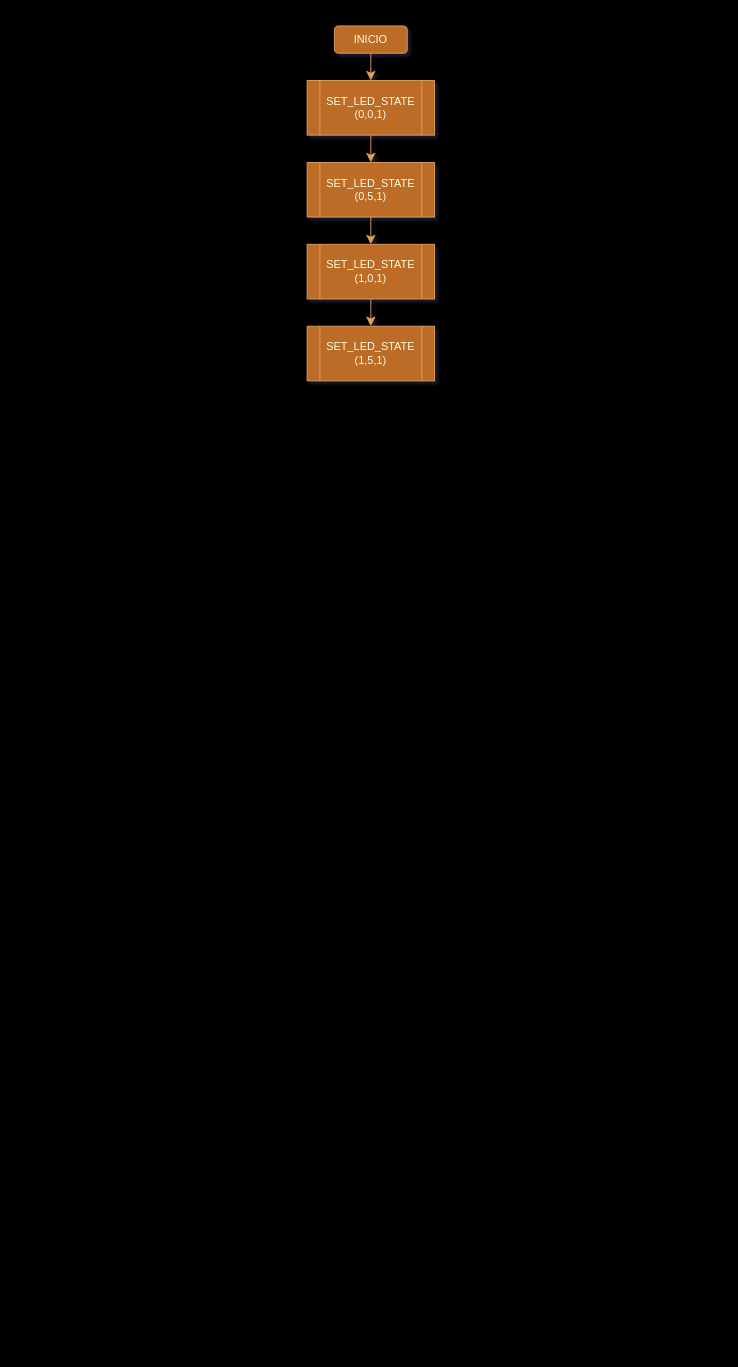
The draw.io diagram Diagrama sin título.drawio in LucasRiffo/Flowcodes, before the edit. Source tidied: cells renumbered, new cells numbered last; positions are measured from the earlier drawing's top-left corner, leaving out a move shared by most shapes. Both pictures are drawn from the tidied source at 91%, with x=0, y=0 at pixel (307, 25).
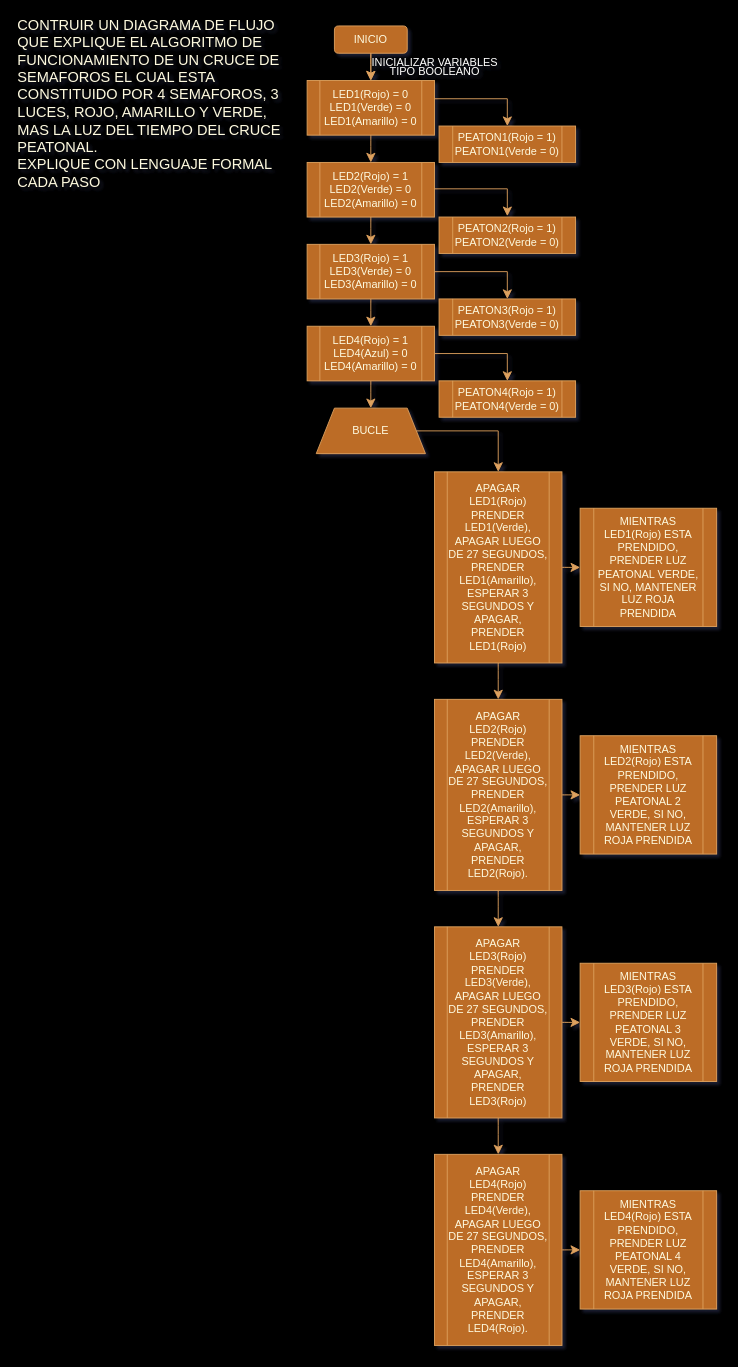
The same diagram, later.

Unchanged cells that the change refers to:
```xml
<mxCell id="5" value="INICIO" style="rounded=1;whiteSpace=wrap;html=1;labelBackgroundColor=none;fillColor=#BC6C25;strokeColor=#DDA15E;fontColor=#FEFAE0;" parent="1" vertex="1">
  <mxGeometry x="30" width="80" height="30" as="geometry" />
</mxCell>
```

Diff of the diagram source:
```diff
@@
-    <mxCell id="2" style="edgeStyle=none;curved=1;rounded=0;jettySize=auto;html=1;exitX=0.5;exitY=1;exitDx=0;exitDy=0;entryX=0.5;entryY=0;entryDx=0;entryDy=0;fontSize=12;startSize=8;endSize=8;labelBackgroundColor=none;strokeColor=#DDA15E;fontColor=default;" parent="1" edge="1" source="3" target="7">
-      <mxGeometry relative="1" as="geometry" />
+    <mxCell id="2" style="edgeStyle=none;curved=1;rounded=0;jettySize=auto;html=1;exitX=0.5;exitY=1;exitDx=0;exitDy=0;entryX=0.5;entryY=0;entryDx=0;entryDy=0;fontSize=12;startSize=8;endSize=8;labelBackgroundColor=none;strokeColor=#DDA15E;fontColor=default;" parent="1" edge="1" source="3">
+      <mxGeometry relative="1" as="geometry">
+        <mxPoint x="70" y="150" as="targetPoint" />
+      </mxGeometry>
     </mxCell>
-    <mxCell id="3" value="SET_LED_STATE&lt;div&gt;(0,0,1)&lt;/div&gt;" style="shape=process;whiteSpace=wrap;html=1;backgroundOutline=1;labelBackgroundColor=none;fillColor=#BC6C25;strokeColor=#DDA15E;fontColor=#FEFAE0;" parent="1" vertex="1">
+    <mxCell id="3" value="LED1(Rojo) = 0&lt;div&gt;LED1(Verde) = 0&lt;br&gt;&lt;/div&gt;&lt;div&gt;LED1(Amarillo) = 0&lt;br&gt;&lt;/div&gt;" style="shape=process;whiteSpace=wrap;html=1;backgroundOutline=1;labelBackgroundColor=none;fillColor=#BC6C25;strokeColor=#DDA15E;fontColor=#FEFAE0;" parent="1" vertex="1">
       <mxGeometry y="60" width="140" height="60" as="geometry" />
     </mxCell>
-    <mxCell id="4" style="edgeStyle=none;curved=1;rounded=0;jettySize=auto;html=1;fontSize=12;startSize=8;endSize=8;labelBackgroundColor=none;strokeColor=#DDA15E;fontColor=default;" parent="1" edge="1" source="5" target="3">
-      <mxGeometry relative="1" as="geometry" />
+    <mxCell id="4" value="&lt;font color=&quot;#ffffff&quot;&gt;INICIALIZAR VARIABLES&lt;/font&gt;" style="edgeStyle=none;curved=1;rounded=0;jettySize=auto;html=1;fontSize=12;startSize=8;endSize=8;labelBackgroundColor=none;strokeColor=#DDA15E;fontColor=default;" parent="1" edge="1" source="5" target="3">
+      <mxGeometry x="-0.33" y="70" relative="1" as="geometry" />
     </mxCell>
@@
-    <mxCell id="6" style="edgeStyle=none;curved=1;rounded=0;jettySize=auto;html=1;exitX=0.5;exitY=1;exitDx=0;exitDy=0;entryX=0.5;entryY=0;entryDx=0;entryDy=0;strokeColor=#DDA15E;fontSize=12;fontColor=#FEFAE0;startSize=8;endSize=8;fillColor=#BC6C25;" parent="1" edge="1" source="7" target="9">
-      <mxGeometry relative="1" as="geometry" />
+    <mxCell id="6" style="edgeStyle=none;curved=1;rounded=0;orthogonalLoop=1;jettySize=auto;html=1;exitX=0.5;exitY=1;exitDx=0;exitDy=0;entryX=0.5;entryY=0;entryDx=0;entryDy=0;strokeColor=#DDA15E;fontSize=12;fontColor=#FEFAE0;startSize=8;endSize=8;fillColor=#BC6C25;" parent="1" edge="1">
+      <mxGeometry relative="1" as="geometry">
+        <mxPoint x="70" y="210" as="sourcePoint" />
+        <mxPoint x="70" y="240" as="targetPoint" />
+      </mxGeometry>
     </mxCell>
-    <mxCell id="7" value="SET_LED_STATE&lt;div&gt;(0,5,1)&lt;/div&gt;" style="shape=process;whiteSpace=wrap;html=1;backgroundOutline=1;labelBackgroundColor=none;fillColor=#BC6C25;strokeColor=#DDA15E;fontColor=#FEFAE0;" parent="1" vertex="1">
-      <mxGeometry y="150" width="140" height="60" as="geometry" />
-    </mxCell>
-    <mxCell id="8" style="edgeStyle=none;curved=1;rounded=0;jettySize=auto;html=1;exitX=0.5;exitY=1;exitDx=0;exitDy=0;entryX=0.5;entryY=0;entryDx=0;entryDy=0;strokeColor=#DDA15E;fontSize=12;fontColor=#FEFAE0;startSize=8;endSize=8;fillColor=#BC6C25;" parent="1" edge="1" source="9" target="10">
-      <mxGeometry relative="1" as="geometry" />
+    <mxCell id="8" style="edgeStyle=none;curved=1;rounded=0;orthogonalLoop=1;jettySize=auto;html=1;exitX=0.5;exitY=1;exitDx=0;exitDy=0;entryX=0.5;entryY=0;entryDx=0;entryDy=0;strokeColor=#DDA15E;fontSize=12;fontColor=#FEFAE0;startSize=8;endSize=8;fillColor=#BC6C25;" parent="1" edge="1">
+      <mxGeometry relative="1" as="geometry">
+        <mxPoint x="70" y="300" as="sourcePoint" />
+        <mxPoint x="70" y="330" as="targetPoint" />
+      </mxGeometry>
     </mxCell>
-    <mxCell id="9" value="SET_LED_STATE&lt;div&gt;(1,0,1)&lt;/div&gt;" style="shape=process;whiteSpace=wrap;html=1;backgroundOutline=1;labelBackgroundColor=none;fillColor=#BC6C25;strokeColor=#DDA15E;fontColor=#FEFAE0;" parent="1" vertex="1">
-      <mxGeometry y="240" width="140" height="60" as="geometry" />
-    </mxCell>
-    <mxCell id="10" value="SET_LED_STATE&lt;div&gt;(1,5,1)&lt;/div&gt;" style="shape=process;whiteSpace=wrap;html=1;backgroundOutline=1;labelBackgroundColor=none;fillColor=#BC6C25;strokeColor=#DDA15E;fontColor=#FEFAE0;" parent="1" vertex="1">
-      <mxGeometry y="330" width="140" height="60" as="geometry" />
-    </mxCell>
+    <mxCell id="11" style="edgeStyle=none;curved=1;rounded=0;jettySize=auto;html=1;exitX=0.5;exitY=1;exitDx=0;exitDy=0;entryX=0.5;entryY=0;entryDx=0;entryDy=0;strokeColor=#DDA15E;fontSize=12;fontColor=#FEFAE0;startSize=8;endSize=8;fillColor=#BC6C25;" parent="1" edge="1" target="14">
+      <mxGeometry relative="1" as="geometry">
+        <mxPoint x="70" y="390" as="sourcePoint" />
+      </mxGeometry>
+    </mxCell>
+    <mxCell id="12" style="edgeStyle=none;curved=0;rounded=0;jettySize=auto;html=1;exitX=1;exitY=0.5;exitDx=0;exitDy=0;strokeColor=none;fontSize=12;fontColor=#FEFAE0;startSize=8;endSize=8;fillColor=#BC6C25;" parent="1" edge="1" source="14">
+      <mxGeometry relative="1" as="geometry">
+        <mxPoint x="190" y="410" as="targetPoint" />
+      </mxGeometry>
+    </mxCell>
+    <mxCell id="13" style="edgeStyle=none;curved=0;rounded=0;jettySize=auto;html=1;exitX=1;exitY=0.5;exitDx=0;exitDy=0;strokeColor=#DDA15E;fontSize=12;fontColor=#FEFAE0;startSize=8;endSize=8;fillColor=#BC6C25;" parent="1" edge="1" source="14">
+      <mxGeometry relative="1" as="geometry">
+        <mxPoint x="210" y="490" as="targetPoint" />
+        <Array as="points">
+          <mxPoint x="210" y="445" />
+        </Array>
+      </mxGeometry>
+    </mxCell>
+    <mxCell id="14" value="BUCLE" style="shape=trapezoid;perimeter=trapezoidPerimeter;whiteSpace=wrap;html=1;fixedSize=1;strokeColor=#DDA15E;fontColor=#FEFAE0;fillColor=#BC6C25;" parent="1" vertex="1">
+      <mxGeometry x="10" y="420" width="120" height="50" as="geometry" />
+    </mxCell>
+    <mxCell id="15" value="CONTRUIR UN DIAGRAMA DE FLUJO QUE EXPLIQUE EL ALGORITMO DE FUNCIONAMIENTO DE UN CRUCE DE SEMAFOROS EL CUAL ESTA CONSTITUIDO POR 4 SEMAFOROS, 3 LUCES, ROJO, AMARILLO Y VERDE, MAS LA LUZ DEL TIEMPO DEL CRUCE PEATONAL.&lt;div&gt;EXPLIQUE CON LENGUAJE FORMAL CADA PASO&lt;/div&gt;" style="text;html=1;align=left;verticalAlign=middle;whiteSpace=wrap;rounded=0;fontSize=16;fontColor=#FEFAE0;" parent="1" vertex="1">
+      <mxGeometry x="-320" y="-10" width="300" height="190" as="geometry" />
+    </mxCell>
+    <mxCell id="16" value="LED2(Rojo) = 1&lt;div&gt;LED2(Verde) = 0&lt;br&gt;&lt;/div&gt;&lt;div&gt;LED2(Amarillo) = 0&lt;br&gt;&lt;/div&gt;" style="shape=process;whiteSpace=wrap;html=1;backgroundOutline=1;labelBackgroundColor=none;fillColor=#BC6C25;strokeColor=#DDA15E;fontColor=#FEFAE0;" parent="1" vertex="1">
+      <mxGeometry y="150" width="140" height="60" as="geometry" />
+    </mxCell>
+    <mxCell id="17" style="edgeStyle=none;curved=0;rounded=0;jettySize=auto;html=1;exitX=1;exitY=0.5;exitDx=0;exitDy=0;strokeColor=#DDA15E;fontSize=12;fontColor=#FEFAE0;startSize=8;endSize=8;fillColor=#BC6C25;entryX=0.5;entryY=0;entryDx=0;entryDy=0;" parent="1" edge="1" source="18" target="34">
+      <mxGeometry relative="1" as="geometry">
+        <Array as="points">
+          <mxPoint x="220" y="270" />
+        </Array>
+      </mxGeometry>
+    </mxCell>
+    <mxCell id="18" value="LED3(Rojo) = 1&lt;div&gt;LED3(Verde) = 0&lt;br&gt;&lt;/div&gt;&lt;div&gt;LED3(Amarillo) = 0&lt;/div&gt;" style="shape=process;whiteSpace=wrap;html=1;backgroundOutline=1;labelBackgroundColor=none;fillColor=#BC6C25;strokeColor=#DDA15E;fontColor=#FEFAE0;" parent="1" vertex="1">
+      <mxGeometry y="240" width="140" height="60" as="geometry" />
+    </mxCell>
+    <mxCell id="19" value="LED4(Rojo) = 1&lt;div&gt;LED4(Azul) = 0&lt;br&gt;&lt;/div&gt;&lt;div&gt;LED4(Amarillo) = 0&lt;br&gt;&lt;/div&gt;" style="shape=process;whiteSpace=wrap;html=1;backgroundOutline=1;labelBackgroundColor=none;fillColor=#BC6C25;strokeColor=#DDA15E;fontColor=#FEFAE0;" parent="1" vertex="1">
+      <mxGeometry y="330" width="140" height="60" as="geometry" />
+    </mxCell>
+    <mxCell id="20" style="edgeStyle=none;curved=1;rounded=0;jettySize=auto;html=1;exitX=0.5;exitY=1;exitDx=0;exitDy=0;entryX=0.5;entryY=0;entryDx=0;entryDy=0;strokeColor=#DDA15E;fontSize=12;fontColor=#FEFAE0;startSize=8;endSize=8;fillColor=#BC6C25;" parent="1" edge="1" source="22" target="26">
+      <mxGeometry relative="1" as="geometry" />
+    </mxCell>
+    <mxCell id="21" style="edgeStyle=none;curved=1;rounded=0;jettySize=auto;html=1;exitX=1;exitY=0.5;exitDx=0;exitDy=0;entryX=0;entryY=0.5;entryDx=0;entryDy=0;strokeColor=#DDA15E;fontSize=12;fontColor=#FEFAE0;startSize=8;endSize=8;fillColor=#BC6C25;" parent="1" edge="1" source="22" target="36">
+      <mxGeometry relative="1" as="geometry" />
+    </mxCell>
+    <mxCell id="22" value="&lt;div&gt;APAGAR LED1(Rojo)&lt;/div&gt;PRENDER LED1(Verde), APAGAR LUEGO DE 27 SEGUNDOS, PRENDER LED1(Amarillo), ESPERAR 3 SEGUNDOS Y APAGAR, PRENDER LED1(Rojo)" style="shape=process;whiteSpace=wrap;html=1;backgroundOutline=1;labelBackgroundColor=none;fillColor=#BC6C25;strokeColor=#DDA15E;fontColor=#FEFAE0;align=center;" parent="1" vertex="1">
+      <mxGeometry x="140" y="490" width="140" height="210" as="geometry" />
+    </mxCell>
+    <mxCell id="23" value="&lt;font color=&quot;#ffffff&quot;&gt;TIPO BOOLEANO&lt;/font&gt;" style="edgeStyle=none;curved=1;rounded=0;jettySize=auto;html=1;fontSize=12;startSize=8;endSize=8;labelBackgroundColor=none;strokeColor=#DDA15E;fontColor=default;exitX=0.5;exitY=1;exitDx=0;exitDy=0;" parent="1" edge="1" source="5">
+      <mxGeometry x="0.33" y="70" relative="1" as="geometry">
+        <mxPoint x="70" y="60" as="targetPoint" />
+      </mxGeometry>
+    </mxCell>
+    <mxCell id="24" style="edgeStyle=none;curved=1;rounded=0;jettySize=auto;html=1;exitX=0.5;exitY=1;exitDx=0;exitDy=0;entryX=0.5;entryY=0;entryDx=0;entryDy=0;strokeColor=#DDA15E;fontSize=12;fontColor=#FEFAE0;startSize=8;endSize=8;fillColor=#BC6C25;" parent="1" edge="1" source="26" target="29">
+      <mxGeometry relative="1" as="geometry" />
+    </mxCell>
+    <mxCell id="25" style="edgeStyle=none;curved=1;rounded=0;jettySize=auto;html=1;exitX=1;exitY=0.5;exitDx=0;exitDy=0;entryX=0;entryY=0.5;entryDx=0;entryDy=0;strokeColor=#DDA15E;fontSize=12;fontColor=#FEFAE0;startSize=8;endSize=8;fillColor=#BC6C25;" parent="1" edge="1" source="26" target="37">
+      <mxGeometry relative="1" as="geometry" />
+    </mxCell>
+    <mxCell id="26" value="&lt;div&gt;APAGAR LED2(Rojo)&lt;br&gt;&lt;/div&gt;PRENDER LED2(Verde), APAGAR LUEGO DE 27 SEGUNDOS, PRENDER LED2(Amarillo), ESPERAR 3 SEGUNDOS Y APAGAR, PRENDER LED2(Rojo)." style="shape=process;whiteSpace=wrap;html=1;backgroundOutline=1;labelBackgroundColor=none;fillColor=#BC6C25;strokeColor=#DDA15E;fontColor=#FEFAE0;align=center;" parent="1" vertex="1">
+      <mxGeometry x="140" y="740" width="140" height="210" as="geometry" />
+    </mxCell>
+    <mxCell id="27" style="edgeStyle=none;curved=1;rounded=0;jettySize=auto;html=1;exitX=0.5;exitY=1;exitDx=0;exitDy=0;strokeColor=#DDA15E;fontSize=12;fontColor=#FEFAE0;startSize=8;endSize=8;fillColor=#BC6C25;" parent="1" edge="1" source="29" target="31">
+      <mxGeometry relative="1" as="geometry" />
+    </mxCell>
+    <mxCell id="28" style="edgeStyle=none;curved=1;rounded=0;jettySize=auto;html=1;exitX=1;exitY=0.5;exitDx=0;exitDy=0;entryX=0;entryY=0.5;entryDx=0;entryDy=0;strokeColor=#DDA15E;fontSize=12;fontColor=#FEFAE0;startSize=8;endSize=8;fillColor=#BC6C25;" parent="1" edge="1" source="29" target="38">
+      <mxGeometry relative="1" as="geometry" />
+    </mxCell>
+    <mxCell id="29" value="&lt;div&gt;APAGAR LED3(Rojo)&lt;br&gt;&lt;/div&gt;PRENDER LED3(Verde), APAGAR LUEGO DE 27 SEGUNDOS, PRENDER LED3(Amarillo), ESPERAR 3 SEGUNDOS Y APAGAR, PRENDER LED3(Rojo)" style="shape=process;whiteSpace=wrap;html=1;backgroundOutline=1;labelBackgroundColor=none;fillColor=#BC6C25;strokeColor=#DDA15E;fontColor=#FEFAE0;align=center;" parent="1" vertex="1">
+      <mxGeometry x="140" y="990" width="140" height="210" as="geometry" />
+    </mxCell>
+    <mxCell id="30" style="edgeStyle=none;curved=1;rounded=0;jettySize=auto;html=1;exitX=1;exitY=0.5;exitDx=0;exitDy=0;entryX=0;entryY=0.5;entryDx=0;entryDy=0;strokeColor=#DDA15E;fontSize=12;fontColor=#FEFAE0;startSize=8;endSize=8;fillColor=#BC6C25;" parent="1" edge="1" source="31" target="39">
+      <mxGeometry relative="1" as="geometry" />
+    </mxCell>
+    <mxCell id="31" value="&lt;div&gt;APAGAR LED4(Rojo)&lt;br&gt;&lt;/div&gt;PRENDER LED4(Verde), APAGAR LUEGO DE 27 SEGUNDOS, PRENDER LED4(Amarillo), ESPERAR 3 SEGUNDOS Y APAGAR, PRENDER LED4(Rojo)." style="shape=process;whiteSpace=wrap;html=1;backgroundOutline=1;labelBackgroundColor=none;fillColor=#BC6C25;strokeColor=#DDA15E;fontColor=#FEFAE0;align=center;" parent="1" vertex="1">
+      <mxGeometry x="140" y="1240" width="140" height="210" as="geometry" />
+    </mxCell>
+    <mxCell id="32" value="&lt;div&gt;PEATON1(Rojo = 1)&lt;/div&gt;&lt;div&gt;PEATON1(Verde = 0)&lt;br&gt;&lt;/div&gt;" style="shape=process;whiteSpace=wrap;html=1;backgroundOutline=1;labelBackgroundColor=none;fillColor=#BC6C25;strokeColor=#DDA15E;fontColor=#FEFAE0;" parent="1" vertex="1">
+      <mxGeometry x="145" y="110" width="150" height="40" as="geometry" />
+    </mxCell>
+    <mxCell id="33" value="&lt;div&gt;PEATON2(Rojo = 1)&lt;/div&gt;&lt;div&gt;PEATON2(Verde = 0)&lt;br&gt;&lt;/div&gt;" style="shape=process;whiteSpace=wrap;html=1;backgroundOutline=1;labelBackgroundColor=none;fillColor=#BC6C25;strokeColor=#DDA15E;fontColor=#FEFAE0;" parent="1" vertex="1">
+      <mxGeometry x="145" y="210" width="150" height="40" as="geometry" />
+    </mxCell>
+    <mxCell id="34" value="&lt;div&gt;PEATON3(Rojo = 1)&lt;/div&gt;&lt;div&gt;PEATON3(Verde = 0)&lt;br&gt;&lt;/div&gt;" style="shape=process;whiteSpace=wrap;html=1;backgroundOutline=1;labelBackgroundColor=none;fillColor=#BC6C25;strokeColor=#DDA15E;fontColor=#FEFAE0;" parent="1" vertex="1">
+      <mxGeometry x="145" y="300" width="150" height="40" as="geometry" />
+    </mxCell>
+    <mxCell id="35" value="&lt;div&gt;PEATON4(Rojo = 1)&lt;/div&gt;&lt;div&gt;PEATON4(Verde = 0)&lt;br&gt;&lt;/div&gt;" style="shape=process;whiteSpace=wrap;html=1;backgroundOutline=1;labelBackgroundColor=none;fillColor=#BC6C25;strokeColor=#DDA15E;fontColor=#FEFAE0;" parent="1" vertex="1">
+      <mxGeometry x="145" y="390" width="150" height="40" as="geometry" />
+    </mxCell>
+    <mxCell id="36" value="MIENTRAS LED1(Rojo) ESTA PRENDIDO, PRENDER LUZ PEATONAL VERDE, SI NO, MANTENER LUZ ROJA PRENDIDA" style="shape=process;whiteSpace=wrap;html=1;backgroundOutline=1;labelBackgroundColor=none;fillColor=#BC6C25;strokeColor=#DDA15E;fontColor=#FEFAE0;" parent="1" vertex="1">
+      <mxGeometry x="300" y="530" width="150" height="130" as="geometry" />
+    </mxCell>
+    <mxCell id="37" value="MIENTRAS LED2(Rojo) ESTA PRENDIDO, PRENDER LUZ PEATONAL 2 VERDE, SI NO, MANTENER LUZ ROJA PRENDIDA" style="shape=process;whiteSpace=wrap;html=1;backgroundOutline=1;labelBackgroundColor=none;fillColor=#BC6C25;strokeColor=#DDA15E;fontColor=#FEFAE0;" parent="1" vertex="1">
+      <mxGeometry x="300" y="780" width="150" height="130" as="geometry" />
+    </mxCell>
+    <mxCell id="38" value="MIENTRAS LED3(Rojo) ESTA PRENDIDO, PRENDER LUZ PEATONAL 3 VERDE, SI NO, MANTENER LUZ ROJA PRENDIDA" style="shape=process;whiteSpace=wrap;html=1;backgroundOutline=1;labelBackgroundColor=none;fillColor=#BC6C25;strokeColor=#DDA15E;fontColor=#FEFAE0;" parent="1" vertex="1">
+      <mxGeometry x="300" y="1030" width="150" height="130" as="geometry" />
+    </mxCell>
+    <mxCell id="39" value="MIENTRAS LED4(Rojo) ESTA PRENDIDO, PRENDER LUZ PEATONAL 4 VERDE, SI NO, MANTENER LUZ ROJA PRENDIDA" style="shape=process;whiteSpace=wrap;html=1;backgroundOutline=1;labelBackgroundColor=none;fillColor=#BC6C25;strokeColor=#DDA15E;fontColor=#FEFAE0;" parent="1" vertex="1">
+      <mxGeometry x="300" y="1280" width="150" height="130" as="geometry" />
+    </mxCell>
+    <mxCell id="40" style="edgeStyle=none;curved=0;rounded=0;orthogonalLoop=1;jettySize=auto;html=1;exitX=1;exitY=0.5;exitDx=0;exitDy=0;strokeColor=#DDA15E;fontSize=12;fontColor=#FEFAE0;startSize=8;endSize=8;fillColor=#BC6C25;entryX=0.5;entryY=0;entryDx=0;entryDy=0;" parent="1" edge="1">
+      <mxGeometry relative="1" as="geometry">
+        <mxPoint x="140" y="179" as="sourcePoint" />
+        <mxPoint x="220" y="209" as="targetPoint" />
+        <Array as="points">
+          <mxPoint x="220" y="179" />
+        </Array>
+      </mxGeometry>
+    </mxCell>
+    <mxCell id="41" style="edgeStyle=none;curved=0;rounded=0;orthogonalLoop=1;jettySize=auto;html=1;exitX=1;exitY=0.5;exitDx=0;exitDy=0;strokeColor=#DDA15E;fontSize=12;fontColor=#FEFAE0;startSize=8;endSize=8;fillColor=#BC6C25;entryX=0.5;entryY=0;entryDx=0;entryDy=0;" parent="1" edge="1">
+      <mxGeometry relative="1" as="geometry">
+        <mxPoint x="140" y="80" as="sourcePoint" />
+        <mxPoint x="220" y="110" as="targetPoint" />
+        <Array as="points">
+          <mxPoint x="220" y="80" />
+        </Array>
+      </mxGeometry>
+    </mxCell>
+    <mxCell id="42" style="edgeStyle=none;curved=0;rounded=0;orthogonalLoop=1;jettySize=auto;html=1;exitX=1;exitY=0.5;exitDx=0;exitDy=0;strokeColor=#DDA15E;fontSize=12;fontColor=#FEFAE0;startSize=8;endSize=8;fillColor=#BC6C25;entryX=0.5;entryY=0;entryDx=0;entryDy=0;" parent="1" edge="1">
+      <mxGeometry relative="1" as="geometry">
+        <mxPoint x="140" y="360" as="sourcePoint" />
+        <mxPoint x="220" y="390" as="targetPoint" />
+        <Array as="points">
+          <mxPoint x="220" y="360" />
+        </Array>
+      </mxGeometry>
+    </mxCell>
```
